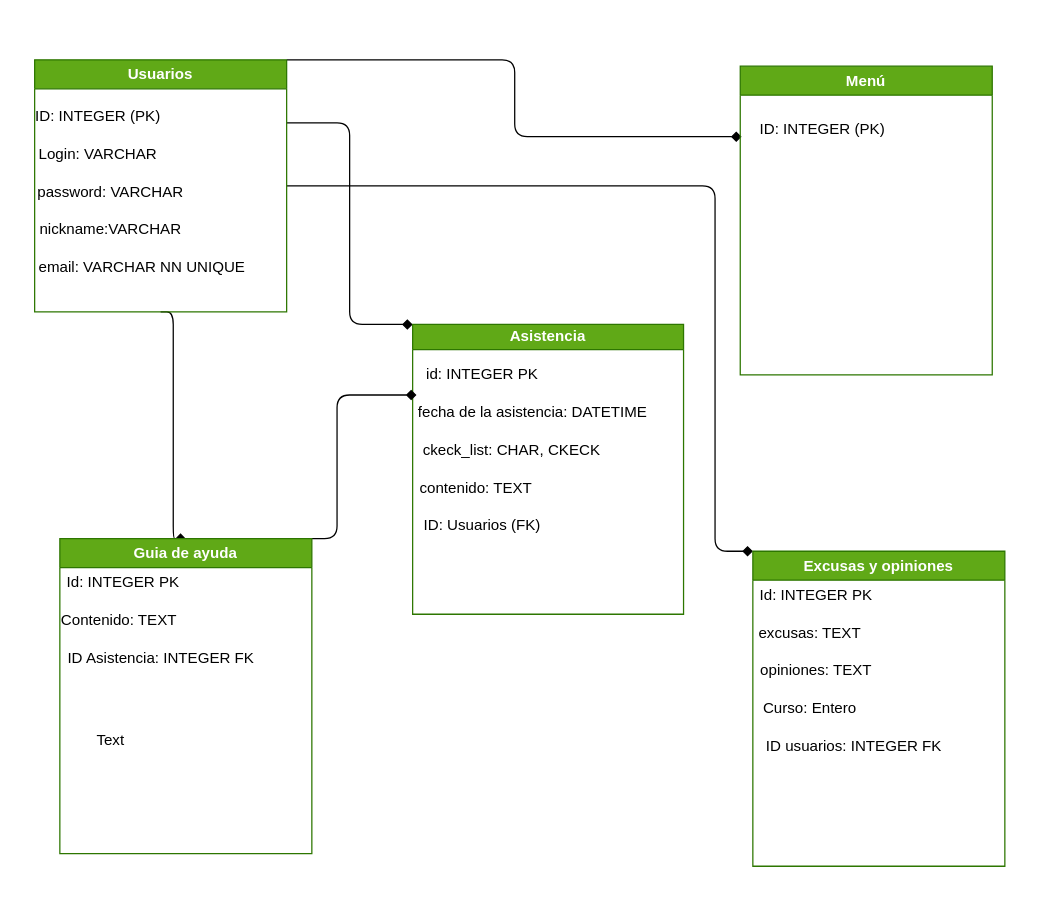
Above: MER.drawio in MrLeeHub2006/TPS2311FM_MoyaMartin (draw.io), before the change. Source tidied: cells renumbered, new cells numbered last; positions are measured from the earlier drawing's top-left corner, leaving out a move shared by most shapes. Both pictures are drawn from the tidied source at 126%, with x=0, y=0 at pixel (21, 59).
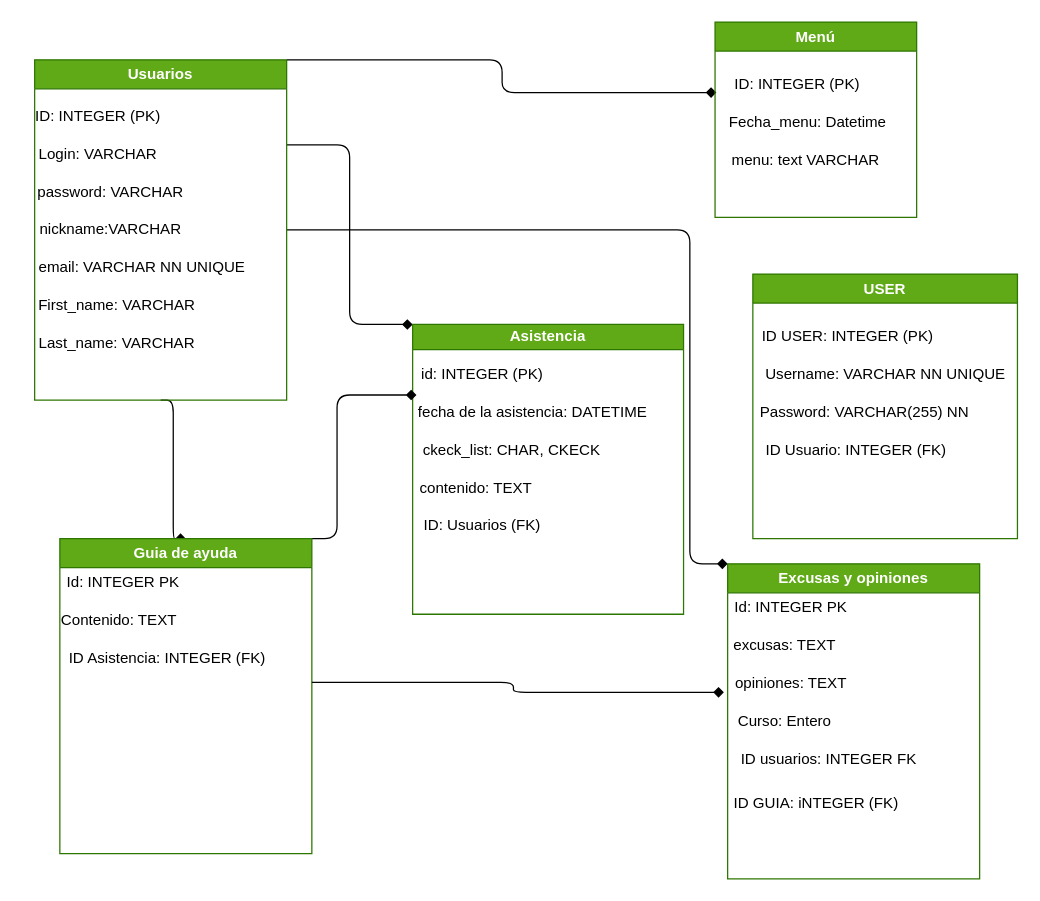
After the change.

The change refers to these unchanged cells:
```xml
<mxCell id="12" value="Asistencia" style="swimlane;whiteSpace=wrap;html=1;startSize=20;fillColor=#60a917;fontColor=#ffffff;strokeColor=#2D7600;" parent="1" vertex="1">
  <mxGeometry x="310" y="210" width="215" height="230" as="geometry" />
</mxCell>
<mxCell id="20" value="opiniones: TEXT" style="text;html=1;align=center;verticalAlign=middle;points=[];strokeColor=none;fillColor=none;" parent="19" vertex="1">
  <mxGeometry x="-5" y="80" width="110" height="30" as="geometry" />
</mxCell>
<mxCell id="26" value="Guia de ayuda" style="swimlane;whiteSpace=wrap;html=1;fillColor=#60a917;fontColor=#ffffff;strokeColor=#2D7600;" parent="1" vertex="1">
  <mxGeometry x="30" y="380" width="200" height="250" as="geometry" />
</mxCell>
```

Diff of the diagram source:
```diff
@@
     <mxCell id="5" style="edgeStyle=elbowEdgeStyle;html=1;exitX=1;exitY=0.5;exitDx=0;exitDy=0;entryX=0;entryY=0;entryDx=0;entryDy=0;endArrow=diamond;endFill=1;" parent="1" edge="1" source="6" target="19">
       <mxGeometry relative="1" as="geometry">
         <Array as="points">
-          <mxPoint x="550" y="250" />
+          <mxPoint x="530" y="250" />
         </Array>
       </mxGeometry>
     </mxCell>
     <mxCell id="6" value="Usuarios" style="swimlane;whiteSpace=wrap;html=1;startSize=23;fillColor=#60a917;fontColor=#ffffff;strokeColor=#2D7600;" parent="1" vertex="1">
-      <mxGeometry x="10" width="200" height="200" as="geometry" />
+      <mxGeometry x="10" width="200" height="270" as="geometry" />
     </mxCell>
@@
+    <mxCell id="33" value="First_name: VARCHAR" style="text;html=1;align=center;verticalAlign=middle;strokeColor=none;fillColor=none;" parent="6" vertex="1">
+      <mxGeometry x="-10" y="180" width="150" height="30" as="geometry" />
+    </mxCell>
+    <mxCell id="34" value="Last_name: VARCHAR" style="text;html=1;align=center;verticalAlign=middle;strokeColor=none;fillColor=none;" parent="6" vertex="1">
+      <mxGeometry x="-10" y="210" width="150" height="30" as="geometry" />
+    </mxCell>
@@
-    <mxCell id="13" value="id: INTEGER PK" style="text;html=1;align=center;verticalAlign=middle;strokeColor=none;fillColor=none;" parent="12" vertex="1">
-      <mxGeometry y="25" width="110" height="30" as="geometry" />
+    <mxCell id="13" value="id: INTEGER (PK)" style="text;html=1;align=center;verticalAlign=middle;strokeColor=none;fillColor=none;" parent="12" vertex="1">
+      <mxGeometry x="-5" y="25" width="120" height="30" as="geometry" />
     </mxCell>
@@
     <mxCell id="19" value="Excusas y opiniones" style="swimlane;whiteSpace=wrap;html=1;fillColor=#60a917;fontColor=#ffffff;strokeColor=#2D7600;" parent="1" vertex="1">
-      <mxGeometry x="580" y="390" width="200" height="250" as="geometry" />
+      <mxGeometry x="560" y="400" width="200" height="250" as="geometry" />
     </mxCell>
@@
+    <mxCell id="35" value="ID GUIA: iNTEGER (FK)" style="text;html=1;align=center;verticalAlign=middle;strokeColor=none;fillColor=none;" parent="19" vertex="1">
+      <mxGeometry x="-5" y="175" width="150" height="30" as="geometry" />
+    </mxCell>
@@
-    <mxCell id="29" value="ID Asistencia: INTEGER FK" style="text;html=1;align=center;verticalAlign=middle;strokeColor=none;fillColor=none;" parent="26" vertex="1">
-      <mxGeometry x="-5" y="80" width="170" height="30" as="geometry" />
+    <mxCell id="29" value="ID Asistencia: INTEGER (FK)" style="text;html=1;align=center;verticalAlign=middle;strokeColor=none;fillColor=none;" parent="26" vertex="1">
+      <mxGeometry x="-5" y="80" width="180" height="30" as="geometry" />
     </mxCell>
     <mxCell id="30" value="Menú" style="swimlane;whiteSpace=wrap;html=1;fillColor=#60a917;fontColor=#ffffff;strokeColor=#2D7600;" parent="1" vertex="1">
-      <mxGeometry x="570" y="5" width="200" height="245" as="geometry" />
+      <mxGeometry x="550" y="-30" width="160" height="155" as="geometry" />
     </mxCell>
@@
-    <mxCell id="32" value="Text" style="text;html=1;align=center;verticalAlign=middle;strokeColor=none;fillColor=none;" parent="1" vertex="1">
-      <mxGeometry x="45" y="525" width="50" height="30" as="geometry" />
-    </mxCell>
+    <mxCell id="36" value="Fecha_menu: Datetime&amp;nbsp;" style="text;html=1;align=center;verticalAlign=middle;strokeColor=none;fillColor=none;" parent="30" vertex="1">
+      <mxGeometry y="65" width="150" height="30" as="geometry" />
+    </mxCell>
+    <mxCell id="37" value="menu: text VARCHAR&amp;nbsp;&amp;nbsp;" style="text;html=1;align=center;verticalAlign=middle;strokeColor=none;fillColor=none;" parent="30" vertex="1">
+      <mxGeometry y="95" width="150" height="30" as="geometry" />
+    </mxCell>
+    <mxCell id="38" style="edgeStyle=elbowEdgeStyle;html=1;exitX=1;exitY=0;exitDx=0;exitDy=0;entryX=0.018;entryY=0.733;entryDx=0;entryDy=0;entryPerimeter=0;endArrow=diamond;endFill=1;" parent="1" edge="1" target="20">
+      <mxGeometry relative="1" as="geometry">
+        <mxPoint x="230" y="494" as="sourcePoint" />
+        <Array as="points">
+          <mxPoint x="390" y="502" />
+        </Array>
+      </mxGeometry>
+    </mxCell>
+    <mxCell id="39" value="USER" style="swimlane;whiteSpace=wrap;html=1;fillColor=#60a917;fontColor=#ffffff;strokeColor=#2D7600;" parent="1" vertex="1">
+      <mxGeometry x="580" y="170" width="210" height="210" as="geometry" />
+    </mxCell>
+    <mxCell id="40" value="ID USER: INTEGER (PK)" style="text;html=1;align=center;verticalAlign=middle;strokeColor=none;fillColor=none;" parent="39" vertex="1">
+      <mxGeometry x="-5" y="35" width="160" height="30" as="geometry" />
+    </mxCell>
+    <mxCell id="41" value="Username: VARCHAR NN UNIQUE" style="text;html=1;align=center;verticalAlign=middle;strokeColor=none;fillColor=none;" parent="39" vertex="1">
+      <mxGeometry y="65" width="210" height="30" as="geometry" />
+    </mxCell>
+    <mxCell id="42" value="Password: VARCHAR(255) NN&amp;nbsp;" style="text;html=1;align=center;verticalAlign=middle;strokeColor=none;fillColor=none;" parent="39" vertex="1">
+      <mxGeometry x="-5" y="95" width="190" height="30" as="geometry" />
+    </mxCell>
+    <mxCell id="43" value="&amp;nbsp;ID Usuario: INTEGER (FK)" style="text;html=1;align=center;verticalAlign=middle;strokeColor=none;fillColor=none;" parent="39" vertex="1">
+      <mxGeometry x="-5" y="125" width="170" height="30" as="geometry" />
+    </mxCell>
```
